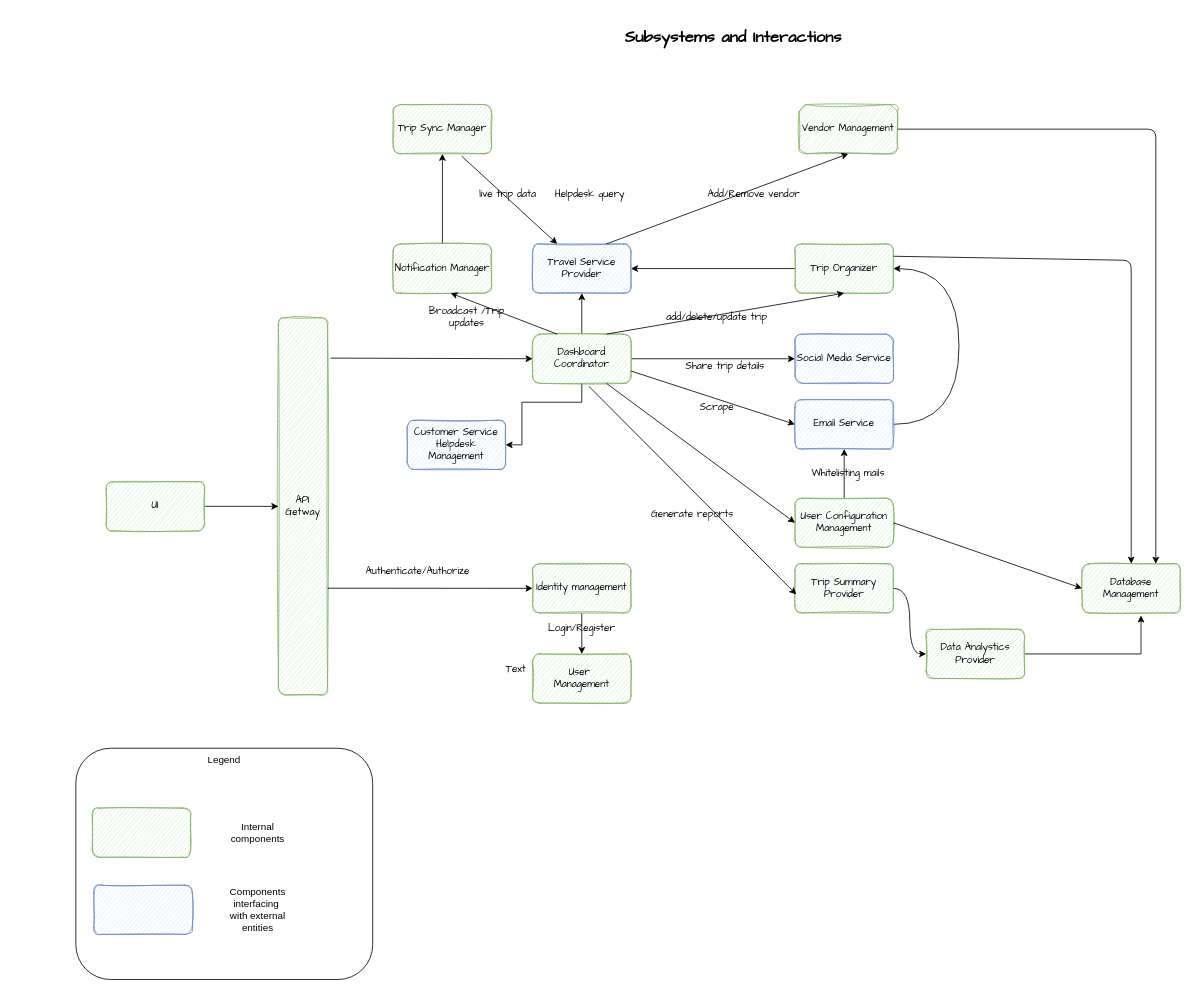
manu29585/ArchitectureKata keeps this draw.io diagram as page "Subsystems and Interactions" (1 of 14) of .media/RoadWarrior_SubSystems.drawio. Above is the earlier version. Source tidied: cells renumbered, new cells numbered last; positions are measured from the earlier drawing's top-left corner, leaving out a move shared by most shapes. Both pictures are drawn from the tidied source at 82%, with x=0, y=0 at pixel (75, 14).
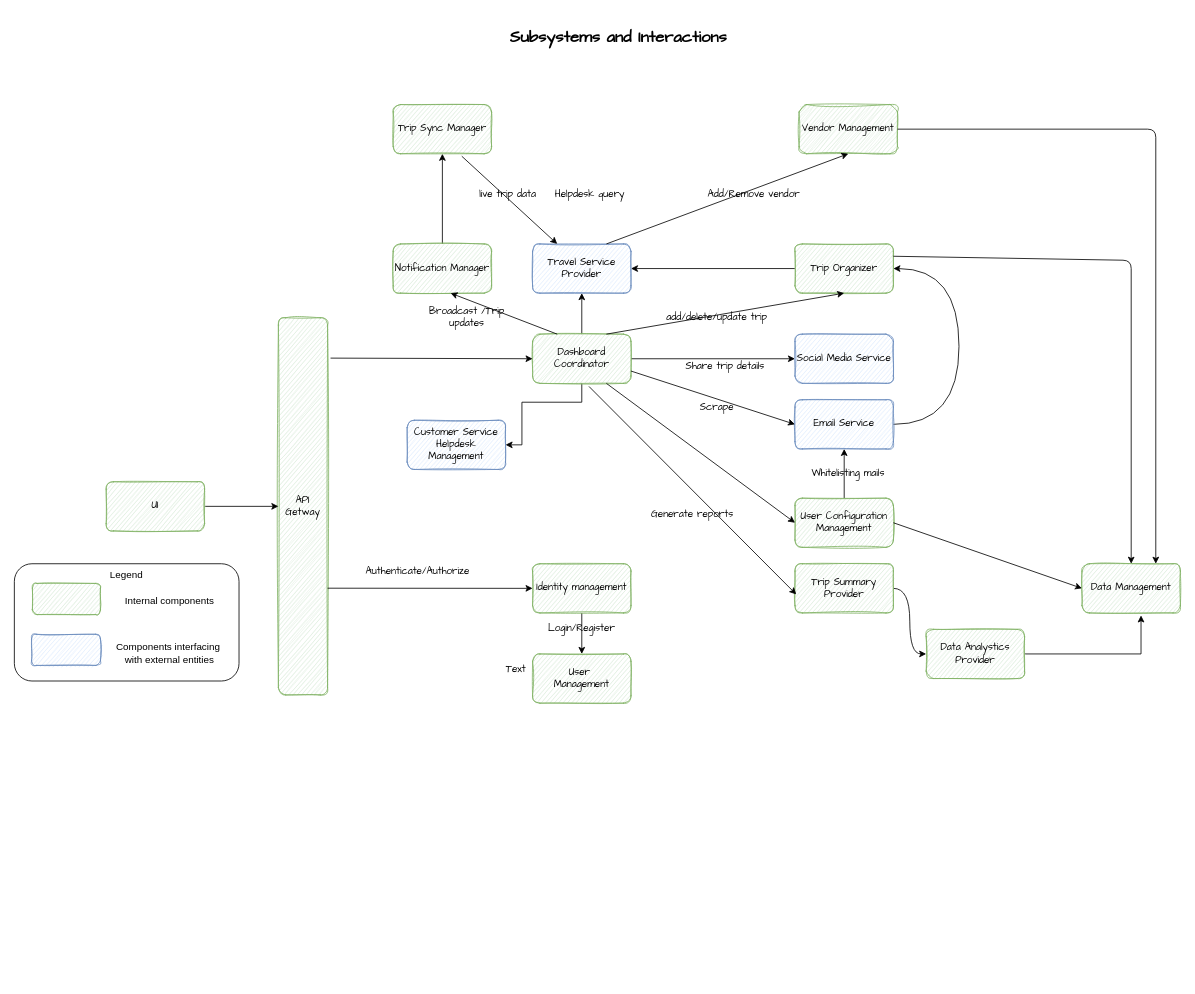
The same diagram, later.

Change to the diagram source:
```diff
@@
-    <mxCell id="48" value="Database Management" style="rounded=1;whiteSpace=wrap;html=1;shadow=0;sketch=1;fontFamily=Comic Sans MS;fontSize=12;fillColor=#d5e8d4;strokeColor=#82b366;" parent="1" vertex="1">
+    <mxCell id="48" value="Data Management" style="rounded=1;whiteSpace=wrap;html=1;shadow=0;sketch=1;fontFamily=Comic Sans MS;fontSize=12;fillColor=#d5e8d4;strokeColor=#82b366;" parent="1" vertex="1">
       <mxGeometry x="1227" y="670" width="120" height="60" as="geometry" />
     </mxCell>
@@
     <mxCell id="52" value="Subsystems and Interactions" style="text;html=1;strokeColor=none;fillColor=none;align=center;verticalAlign=middle;whiteSpace=wrap;rounded=0;fontStyle=1;fontSize=20;fontFamily=Comic Sans MS;" parent="1" vertex="1">
-      <mxGeometry x="647" width="310" height="53" as="geometry" />
+      <mxGeometry x="507" width="310" height="53" as="geometry" />
     </mxCell>
@@
     <mxCell id="56" value="Legend" style="rounded=1;whiteSpace=wrap;html=1;verticalAlign=top;" parent="1" vertex="1">
-      <mxGeometry y="895" width="362" height="282" as="geometry" />
+      <mxGeometry x="-75" y="670" width="274" height="143" as="geometry" />
     </mxCell>
     <mxCell id="57" style="rounded=1;whiteSpace=wrap;html=1;shadow=0;sketch=1;fontFamily=Comic Sans MS;fontSize=12;fillColor=#d5e8d4;strokeColor=#82b366;" parent="1" vertex="1">
-      <mxGeometry x="20" y="968" width="120" height="60" as="geometry" />
+      <mxGeometry x="-53" y="694" width="83" height="38" as="geometry" />
     </mxCell>
     <mxCell id="58" style="rounded=1;whiteSpace=wrap;html=1;shadow=0;sketch=1;fontFamily=Comic Sans MS;fontSize=12;fillColor=#dae8fc;strokeColor=#6c8ebf;" parent="1" vertex="1">
-      <mxGeometry x="22" y="1062" width="120" height="60" as="geometry" />
+      <mxGeometry x="-54" y="756" width="84" height="38" as="geometry" />
     </mxCell>
     <mxCell id="59" value="Internal components" style="text;html=1;strokeColor=none;fillColor=none;align=center;verticalAlign=middle;whiteSpace=wrap;rounded=0;" parent="1" vertex="1">
-      <mxGeometry x="192" y="983" width="60" height="30" as="geometry" />
+      <mxGeometry x="51" y="701" width="127" height="30" as="geometry" />
     </mxCell>
     <mxCell id="60" value="&lt;div&gt;Components interfacing&amp;nbsp;&lt;/div&gt;&lt;div&gt;with external entities&lt;/div&gt;" style="text;html=1;strokeColor=none;fillColor=none;align=center;verticalAlign=middle;whiteSpace=wrap;rounded=0;" parent="1" vertex="1">
-      <mxGeometry x="192" y="1077" width="60" height="30" as="geometry" />
+      <mxGeometry x="44" y="764" width="141" height="30" as="geometry" />
     </mxCell>
```
